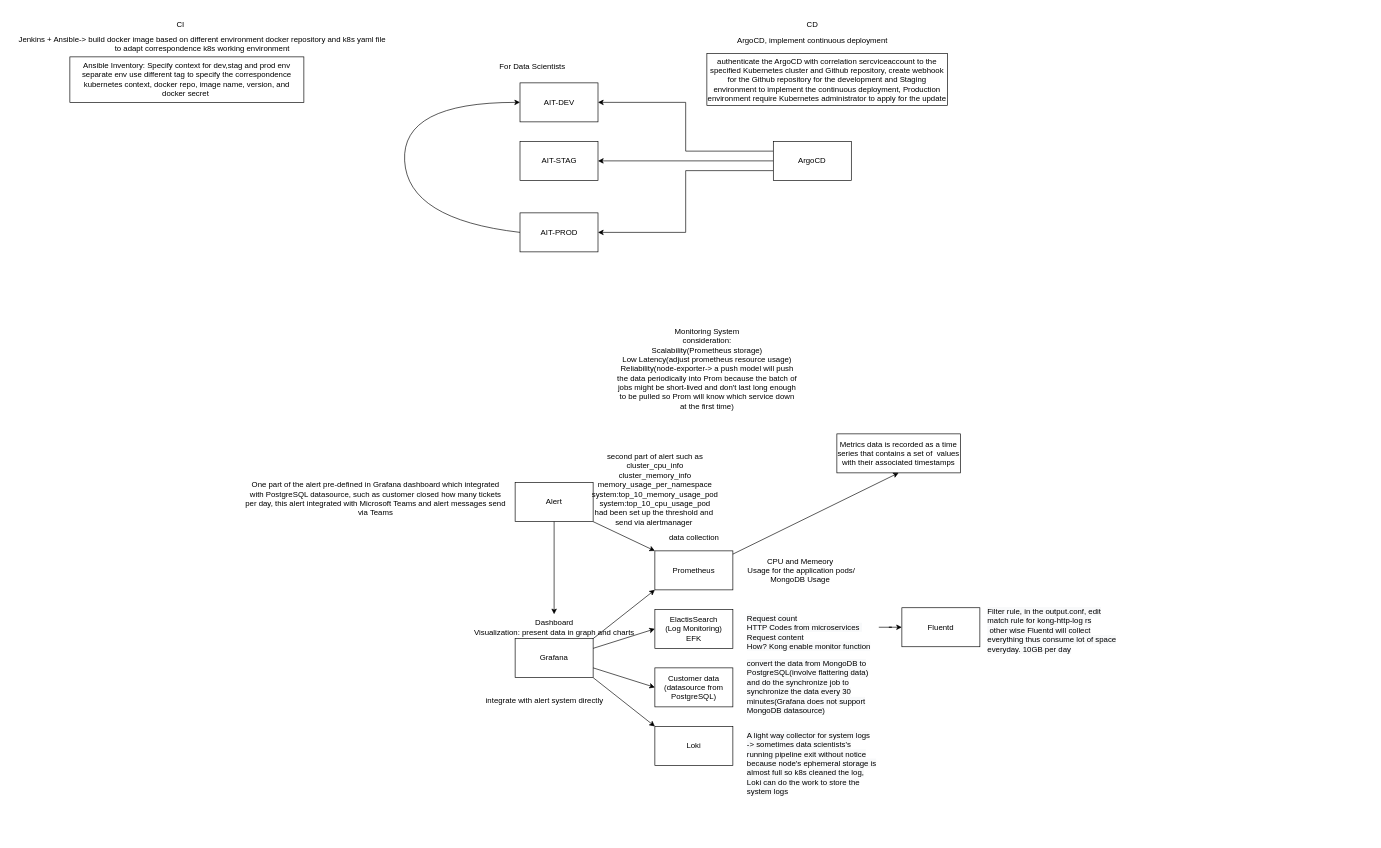
The draw.io diagram sap.drawio in superkjp/docs, before the edit. Source tidied: cells renumbered, new cells numbered last; positions are measured from the earlier drawing's top-left corner, leaving out a move shared by most shapes. Both pictures are drawn from the tidied source at 65%, with x=0, y=0 at pixel (11, 14).
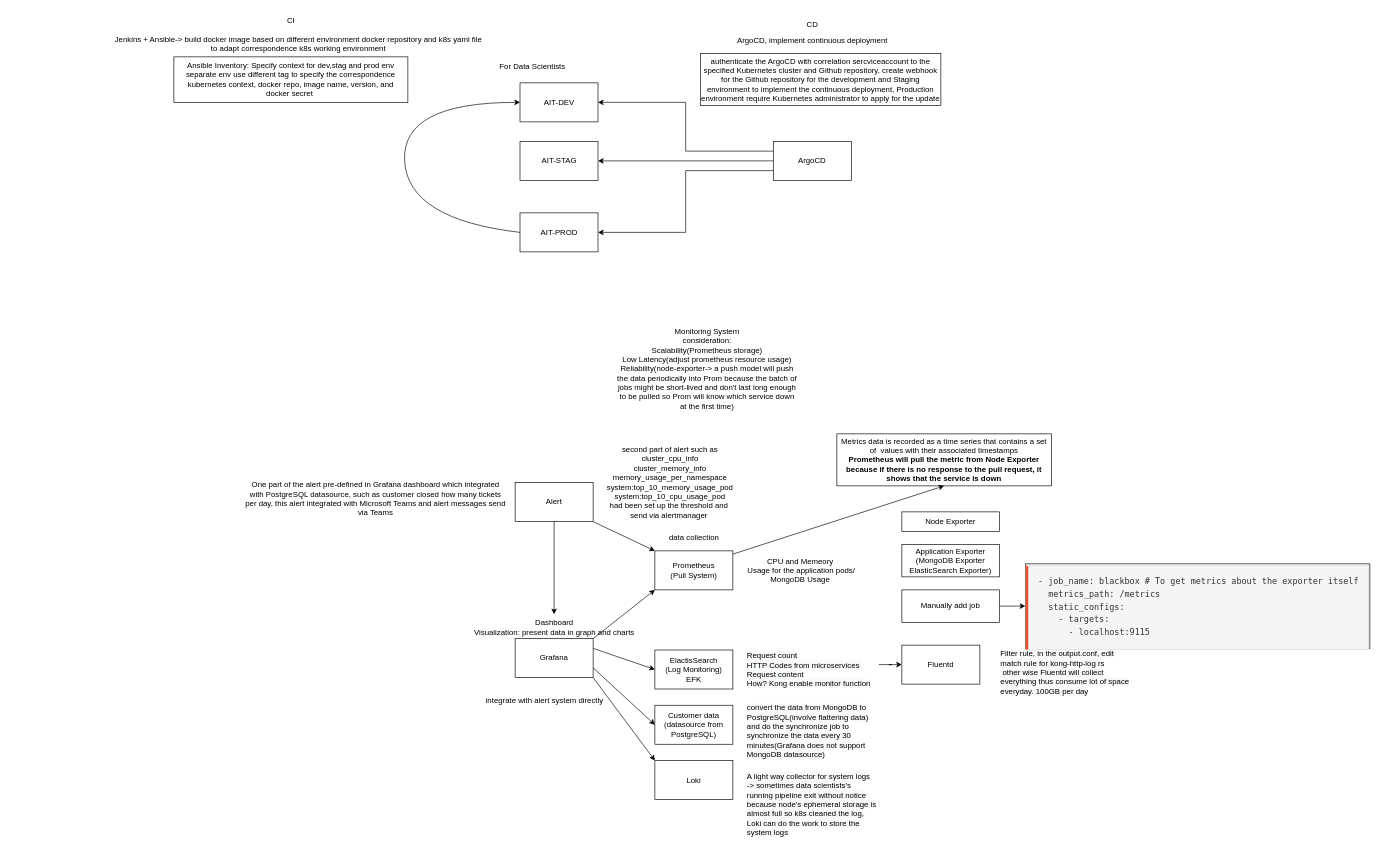
After the change.

Change to the diagram source:
```diff
@@
-    <mxCell id="8" value="Prometheus" style="whiteSpace=wrap;html=1;" parent="1" vertex="1">
+    <mxCell id="8" value="Prometheus&lt;br&gt;(Pull System)" style="whiteSpace=wrap;html=1;" parent="1" vertex="1">
       <mxGeometry x="990" y="825" width="120" height="60" as="geometry" />
     </mxCell>
@@
     <mxCell id="10" value="Customer data&lt;br&gt;(datasource from PostgreSQL)" style="whiteSpace=wrap;html=1;" parent="1" vertex="1">
-      <mxGeometry x="990" y="1005" width="120" height="60" as="geometry" />
+      <mxGeometry x="990" y="1062.5" width="120" height="60" as="geometry" />
     </mxCell>
     <mxCell id="11" value="ElactisSearch&lt;br&gt;(Log Monitoring)&lt;br&gt;EFK" style="whiteSpace=wrap;html=1;" parent="1" vertex="1">
-      <mxGeometry x="990" y="915" width="120" height="60" as="geometry" />
+      <mxGeometry x="990" y="977.5" width="120" height="60" as="geometry" />
     </mxCell>
@@
     <mxCell id="15" value="&lt;span style=&quot;color: rgb(0, 0, 0); font-family: Helvetica; font-size: 12px; font-style: normal; font-variant-ligatures: normal; font-variant-caps: normal; font-weight: 400; letter-spacing: normal; orphans: 2; text-align: center; text-indent: 0px; text-transform: none; widows: 2; word-spacing: 0px; -webkit-text-stroke-width: 0px; background-color: rgb(248, 249, 250); text-decoration-thickness: initial; text-decoration-style: initial; text-decoration-color: initial; float: none; display: inline !important;&quot;&gt;Request count&lt;br&gt;&lt;span style=&quot;&quot;&gt;HTTP Codes from microservices&lt;/span&gt;&amp;nbsp;&lt;br&gt;Request content&lt;br&gt;How? Kong enable monitor function&lt;br&gt;&lt;/span&gt;" style="text;whiteSpace=wrap;html=1;" parent="1" vertex="1">
-      <mxGeometry x="1130" y="915" width="204.5" height="55" as="geometry" />
+      <mxGeometry x="1130" y="972.5" width="204.5" height="55" as="geometry" />
     </mxCell>
     <mxCell id="16" value="Fluentd" style="whiteSpace=wrap;html=1;" parent="1" vertex="1">
-      <mxGeometry x="1370" y="912.5" width="120" height="60" as="geometry" />
+      <mxGeometry x="1370" y="970" width="120" height="60" as="geometry" />
     </mxCell>
-    <mxCell id="17" value="&lt;span style=&quot;color: rgb(0, 0, 0); font-family: Helvetica; font-size: 12px; font-style: normal; font-variant-ligatures: normal; font-variant-caps: normal; font-weight: 400; letter-spacing: normal; orphans: 2; text-align: center; text-indent: 0px; text-transform: none; widows: 2; word-spacing: 0px; -webkit-text-stroke-width: 0px; background-color: rgb(248, 249, 250); text-decoration-thickness: initial; text-decoration-style: initial; text-decoration-color: initial; float: none; display: inline !important;&quot;&gt;Filter rule, in the output.conf, edit match rule for kong-http-log rs&lt;br&gt;&amp;nbsp;other wise Fluentd will collect everything thus consume lot of space everyday. 10GB per day&lt;br&gt;&lt;/span&gt;" style="text;whiteSpace=wrap;html=1;" parent="1" vertex="1">
-      <mxGeometry x="1500" y="905" width="204.5" height="55" as="geometry" />
+    <mxCell id="17" value="&lt;span style=&quot;color: rgb(0, 0, 0); font-family: Helvetica; font-size: 12px; font-style: normal; font-variant-ligatures: normal; font-variant-caps: normal; font-weight: 400; letter-spacing: normal; orphans: 2; text-align: center; text-indent: 0px; text-transform: none; widows: 2; word-spacing: 0px; -webkit-text-stroke-width: 0px; background-color: rgb(248, 249, 250); text-decoration-thickness: initial; text-decoration-style: initial; text-decoration-color: initial; float: none; display: inline !important;&quot;&gt;Filter rule, in the output.conf, edit match rule for kong-http-log rs&lt;br&gt;&amp;nbsp;other wise Fluentd will collect everything thus consume lot of space everyday. 100GB per day&lt;br&gt;&lt;/span&gt;" style="text;whiteSpace=wrap;html=1;" parent="1" vertex="1">
+      <mxGeometry x="1520" y="970" width="204.5" height="55" as="geometry" />
     </mxCell>
     <mxCell id="18" value="Loki" style="whiteSpace=wrap;html=1;" parent="1" vertex="1">
-      <mxGeometry x="990" y="1095" width="120" height="60" as="geometry" />
+      <mxGeometry x="990" y="1147.5" width="120" height="60" as="geometry" />
     </mxCell>
     <mxCell id="19" value="&lt;span style=&quot;color: rgb(0, 0, 0); font-family: Helvetica; font-size: 12px; font-style: normal; font-variant-ligatures: normal; font-variant-caps: normal; font-weight: 400; letter-spacing: normal; orphans: 2; text-align: center; text-indent: 0px; text-transform: none; widows: 2; word-spacing: 0px; -webkit-text-stroke-width: 0px; background-color: rgb(248, 249, 250); text-decoration-thickness: initial; text-decoration-style: initial; text-decoration-color: initial; float: none; display: inline !important;&quot;&gt;convert the data from MongoDB to PostgreSQL(involve flattering data) and do the synchronize job to synchronize the data every 30 minutes(Grafana does not support MongoDB datasource)&lt;br&gt;&lt;/span&gt;" style="text;whiteSpace=wrap;html=1;" parent="1" vertex="1">
-      <mxGeometry x="1130" y="985" width="204.5" height="55" as="geometry" />
+      <mxGeometry x="1130" y="1052.5" width="204.5" height="55" as="geometry" />
     </mxCell>
     <mxCell id="20" value="&lt;span style=&quot;color: rgb(0, 0, 0); font-family: Helvetica; font-size: 12px; font-style: normal; font-variant-ligatures: normal; font-variant-caps: normal; font-weight: 400; letter-spacing: normal; orphans: 2; text-align: center; text-indent: 0px; text-transform: none; widows: 2; word-spacing: 0px; -webkit-text-stroke-width: 0px; background-color: rgb(248, 249, 250); text-decoration-thickness: initial; text-decoration-style: initial; text-decoration-color: initial; float: none; display: inline !important;&quot;&gt;A light way collector for system logs&lt;br&gt;-&amp;gt; sometimes data scientists's running pipeline exit without notice because node's ephemeral storage is almost full so k8s cleaned the log, Loki can do the work to store the system logs&lt;br&gt;&lt;/span&gt;" style="text;whiteSpace=wrap;html=1;" parent="1" vertex="1">
-      <mxGeometry x="1130" y="1095" width="204.5" height="55" as="geometry" />
+      <mxGeometry x="1130" y="1157.5" width="204.5" height="55" as="geometry" />
     </mxCell>
-    <mxCell id="21" value="Metrics data is recorded as a time series that contains a set of&amp;nbsp; values with their associated timestamps" style="whiteSpace=wrap;html=1;" parent="1" vertex="1">
-      <mxGeometry x="1270" y="645" width="190" height="60" as="geometry" />
+    <mxCell id="21" value="Metrics data is recorded as a time series that contains a set of&amp;nbsp; values with their associated timestamps&lt;br&gt;&lt;b&gt;&lt;span style=&quot;&quot;&gt;Prometheus will pull the metric from Node Exporter because&amp;nbsp;&lt;/span&gt;&lt;span style=&quot;&quot;&gt;if there is no response to the pull request, it shows that the&amp;nbsp;&lt;/span&gt;&lt;span style=&quot;&quot;&gt;service is down&lt;/span&gt;&lt;/b&gt;" style="whiteSpace=wrap;html=1;" parent="1" vertex="1">
+      <mxGeometry x="1270" y="645" width="330" height="80" as="geometry" />
     </mxCell>
@@
     <mxCell id="28" value="second part of alert such as&lt;br&gt;&lt;span style=&quot;&quot;&gt;cluster_cpu_info&lt;/span&gt;&lt;br style=&quot;&quot;&gt;&lt;span style=&quot;&quot;&gt;cluster_memory_info&lt;/span&gt;&lt;br style=&quot;&quot;&gt;&lt;span style=&quot;&quot;&gt;memory_usage_per_namespace&lt;/span&gt;&lt;br style=&quot;&quot;&gt;&lt;span style=&quot;&quot;&gt;system:top_10_memory_usage_pod&lt;/span&gt;&lt;br style=&quot;&quot;&gt;&lt;span style=&quot;&quot;&gt;system:top_10_cpu_usage_pod&lt;br&gt;&lt;/span&gt;had been set up the threshold and&amp;nbsp;&lt;br&gt;send via alertmanager&amp;nbsp;" style="text;html=1;align=center;verticalAlign=middle;strokeColor=none;fillColor=none;" parent="1" vertex="1">
-      <mxGeometry x="880" y="665" width="220" height="130" as="geometry" />
+      <mxGeometry x="902.5" y="655" width="220" height="130" as="geometry" />
     </mxCell>
@@
     <mxCell id="34" value="Ansible Inventory: Specify context for dev,stag and prod env&lt;br&gt;separate env use different tag to specify the correspondence kubernetes context, docker repo, image name, version, and &lt;br&gt;docker secret&amp;nbsp;" style="whiteSpace=wrap;html=1;" parent="1" vertex="1">
-      <mxGeometry x="90" y="65" width="360" height="70" as="geometry" />
+      <mxGeometry x="250" y="65" width="360" height="70" as="geometry" />
     </mxCell>
     <mxCell id="35" value="CI" style="text;html=1;align=center;verticalAlign=middle;strokeColor=none;fillColor=none;" parent="1" vertex="1">
-      <mxGeometry x="240" width="40" height="30" as="geometry" />
+      <mxGeometry x="410" y="-5" width="40" height="30" as="geometry" />
     </mxCell>
@@
     <mxCell id="41" value="Jenkins + Ansible-&amp;gt; build docker image based on different environment docker repository and k8s yaml file&amp;nbsp;&lt;br&gt;to adapt correspondence k8s working environment&amp;nbsp;" style="text;html=1;align=center;verticalAlign=middle;strokeColor=none;fillColor=none;" parent="1" vertex="1">
-      <mxGeometry y="25" width="590" height="40" as="geometry" />
+      <mxGeometry x="147.5" y="25" width="590" height="40" as="geometry" />
     </mxCell>
@@
     <mxCell id="43" value="authenticate the ArgoCD with correlation sercviceaccount to the specified Kubernetes cluster and Github repository, create webhook for the Github repository for the development and Staging environment to implement the continuous deployment, Production environment require Kubernetes administrator to apply for the update" style="whiteSpace=wrap;html=1;" parent="1" vertex="1">
-      <mxGeometry x="1070" y="60" width="370" height="80" as="geometry" />
+      <mxGeometry x="1060" y="60" width="370" height="80" as="geometry" />
     </mxCell>
+    <mxCell id="44" value="Node Exporter" style="whiteSpace=wrap;html=1;" parent="1" vertex="1">
+      <mxGeometry x="1370" y="765" width="150" height="30" as="geometry" />
+    </mxCell>
+    <mxCell id="45" value="Application Exporter&lt;br&gt;(MongoDB Exporter&lt;br&gt;ElasticSearch Exporter)" style="whiteSpace=wrap;html=1;" parent="1" vertex="1">
+      <mxGeometry x="1370" y="815" width="150" height="50" as="geometry" />
+    </mxCell>
+    <mxCell id="46" value="&lt;br&gt;&lt;pre style=&quot;box-sizing: border-box; overflow: auto; font-family: &amp;quot;Courier New&amp;quot;, Monaco, Menlo, Consolas, monospace; font-size: 13px; padding: 15px; margin-top: 0px; margin-bottom: 10px; line-height: 1.42857; color: rgb(51, 51, 51); word-break: break-all; overflow-wrap: break-word; background-color: rgb(245, 245, 245); border-width: 1px 1px 1px 4px; border-style: solid; border-color: rgb(221, 221, 221) rgb(221, 221, 221) rgb(221, 221, 221) rgb(230, 82, 44); border-image: initial; border-radius: 0px; text-align: start;&quot;&gt;&lt;code style=&quot;box-sizing: border-box; font-family: Menlo, Monaco, Consolas, &amp;quot;Courier New&amp;quot;, monospace; font-size: inherit; padding: 0px; color: inherit; background-color: transparent; border-radius: 0px;&quot; class=&quot;yaml&quot;&gt;- job_name: blackbox # To get metrics about the exporter itself&lt;br&gt;  metrics_path: /metrics&lt;br&gt;  static_configs:&lt;br&gt;    - targets:&lt;br&gt;      - localhost:9115&lt;/code&gt;&lt;/pre&gt;" style="whiteSpace=wrap;html=1;" parent="1" vertex="1">
+      <mxGeometry x="1560" y="845" width="530" height="130" as="geometry" />
+    </mxCell>
+    <mxCell id="47" style="edgeStyle=orthogonalEdgeStyle;rounded=0;jettySize=auto;html=1;exitX=1;exitY=0.5;exitDx=0;exitDy=0;" parent="1" edge="1" source="48" target="46">
+      <mxGeometry relative="1" as="geometry" />
+    </mxCell>
+    <mxCell id="48" value="Manually add job" style="whiteSpace=wrap;html=1;" parent="1" vertex="1">
+      <mxGeometry x="1370" y="885" width="150" height="50" as="geometry" />
+    </mxCell>
```
